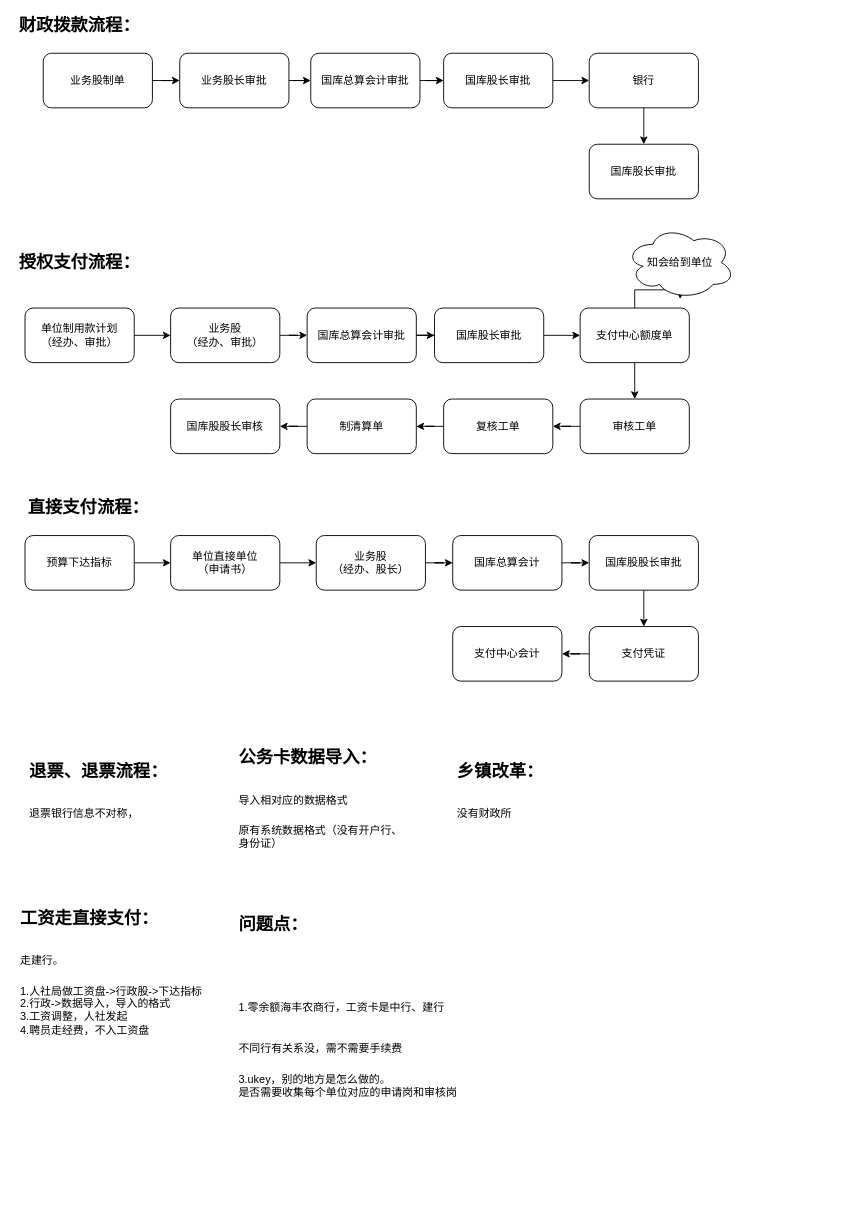
Earlier version of the draw.io diagram page "国库股" (1 of 2) of 国库股.drawio (fishmc/2048). Source tidied: cells renumbered, new cells numbered last; positions are measured from the earlier drawing's top-left corner, leaving out a move shared by most shapes. Both pictures are drawn from the tidied source at 91%, with x=0, y=0 at pixel (15, 16).
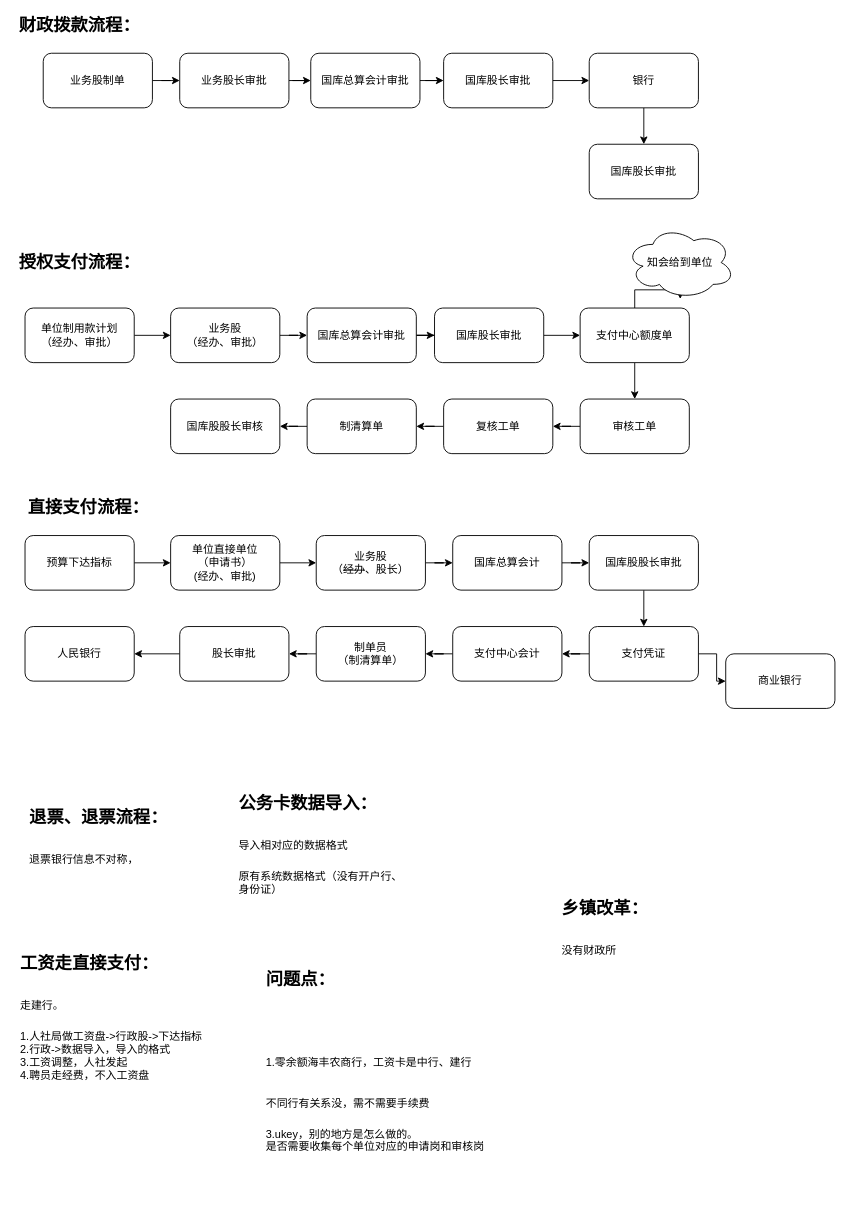
Above is the later version.

Unchanged cells that the change refers to:
```xml
<mxCell id="46" value="支付凭证" style="whiteSpace=wrap;html=1;rounded=1;verticalAlign=middle;" parent="1" vertex="1">
  <mxGeometry x="630" y="670" width="120" height="60" as="geometry" />
</mxCell>
<mxCell id="47" value="支付中心会计" style="whiteSpace=wrap;html=1;rounded=1;verticalAlign=middle;" parent="1" vertex="1">
  <mxGeometry x="480" y="670" width="120" height="60" as="geometry" />
</mxCell>
```

Change to the diagram source:
```diff
@@
-    <mxCell id="38" value="单位直接单位&lt;br&gt;（申请书）" style="whiteSpace=wrap;html=1;rounded=1;verticalAlign=middle;" parent="1" vertex="1">
+    <mxCell id="38" value="单位直接单位&lt;br&gt;（申请书）&lt;br&gt;(经办、审批)" style="whiteSpace=wrap;html=1;rounded=1;verticalAlign=middle;" parent="1" vertex="1">
       <mxGeometry x="170" y="570" width="120" height="60" as="geometry" />
     </mxCell>
@@
-    <mxCell id="40" value="业务股&lt;br&gt;（经办、股长）" style="whiteSpace=wrap;html=1;rounded=1;verticalAlign=middle;" parent="1" vertex="1">
+    <mxCell id="40" value="业务股&lt;br&gt;（&lt;strike&gt;经办&lt;/strike&gt;、股长）" style="whiteSpace=wrap;html=1;rounded=1;verticalAlign=middle;" parent="1" vertex="1">
       <mxGeometry x="330" y="570" width="120" height="60" as="geometry" />
     </mxCell>
@@
+    <mxCell id="53" style="edgeStyle=orthogonalEdgeStyle;rounded=0;jettySize=auto;html=1;" parent="1" edge="1" source="46" target="55">
+      <mxGeometry relative="1" as="geometry" />
+    </mxCell>
@@
+    <mxCell id="54" style="edgeStyle=orthogonalEdgeStyle;rounded=0;jettySize=auto;html=1;" parent="1" edge="1" source="47" target="57">
+      <mxGeometry relative="1" as="geometry" />
+    </mxCell>
@@
     <mxCell id="48" value="&lt;b style=&quot;text-align: center&quot;&gt;&lt;font style=&quot;font-size: 19px&quot;&gt;退票、退票流程：&lt;/font&gt;&lt;/b&gt;&lt;h1&gt;&lt;span style=&quot;font-size: 12px ; font-weight: normal&quot;&gt;退票银行信息不对称，&lt;/span&gt;&lt;br&gt;&lt;/h1&gt;" style="text;html=1;strokeColor=none;fillColor=none;spacing=5;spacingTop=-20;whiteSpace=wrap;overflow=hidden;rounded=0;verticalAlign=middle;" parent="1" vertex="1">
-      <mxGeometry x="10" y="810" width="190" height="120" as="geometry" />
+      <mxGeometry x="10" y="860" width="190" height="120" as="geometry" />
     </mxCell>
     <mxCell id="49" value="&lt;b style=&quot;text-align: center&quot;&gt;&lt;font style=&quot;font-size: 19px&quot;&gt;公务卡数据导入：&lt;/font&gt;&lt;/b&gt;&lt;h1&gt;&lt;span style=&quot;font-size: 12px ; font-weight: normal&quot;&gt;导入相对应的数据格式&lt;/span&gt;&lt;br&gt;&lt;/h1&gt;&lt;div&gt;&lt;span style=&quot;font-size: 12px ; font-weight: normal&quot;&gt;原有系统数据格式（没有开户行、身份证）&lt;/span&gt;&lt;/div&gt;" style="text;html=1;strokeColor=none;fillColor=none;spacing=5;spacingTop=-20;whiteSpace=wrap;overflow=hidden;rounded=0;verticalAlign=middle;" parent="1" vertex="1">
-      <mxGeometry x="240" y="810" width="190" height="120" as="geometry" />
+      <mxGeometry x="240" y="860" width="190" height="120" as="geometry" />
     </mxCell>
     <mxCell id="50" value="&lt;b style=&quot;text-align: center&quot;&gt;&lt;font style=&quot;font-size: 19px&quot;&gt;乡镇改革：&lt;/font&gt;&lt;/b&gt;&lt;h1&gt;&lt;span style=&quot;font-size: 12px ; font-weight: normal&quot;&gt;没有财政所&lt;/span&gt;&lt;br&gt;&lt;/h1&gt;" style="text;html=1;strokeColor=none;fillColor=none;spacing=5;spacingTop=-20;whiteSpace=wrap;overflow=hidden;rounded=0;verticalAlign=middle;" parent="1" vertex="1">
-      <mxGeometry x="480" y="810" width="190" height="120" as="geometry" />
+      <mxGeometry x="595" y="960" width="190" height="120" as="geometry" />
     </mxCell>
     <mxCell id="51" value="&lt;b style=&quot;text-align: center&quot;&gt;&lt;font style=&quot;font-size: 19px&quot;&gt;工资走直接支付：&lt;/font&gt;&lt;/b&gt;&lt;h1&gt;&lt;span style=&quot;font-size: 12px ; font-weight: 400&quot;&gt;走建行。&lt;/span&gt;&lt;/h1&gt;&lt;div&gt;&lt;span style=&quot;font-size: 12px ; font-weight: 400&quot;&gt;1.人社局做工资盘-&amp;gt;行政股-&amp;gt;下达指标&lt;/span&gt;&lt;/div&gt;&lt;div&gt;&lt;span style=&quot;font-size: 12px ; font-weight: 400&quot;&gt;2.行政-&amp;gt;数据导入，导入的格式&lt;/span&gt;&lt;/div&gt;&lt;div&gt;&lt;span style=&quot;font-size: 12px ; font-weight: 400&quot;&gt;3.工资调整，人社发起&lt;/span&gt;&lt;/div&gt;&lt;div&gt;&lt;span style=&quot;font-size: 12px ; font-weight: 400&quot;&gt;4.聘员走经费，不入工资盘&lt;/span&gt;&lt;/div&gt;" style="text;html=1;strokeColor=none;fillColor=none;spacing=5;spacingTop=-20;whiteSpace=wrap;overflow=hidden;rounded=0;verticalAlign=middle;" parent="1" vertex="1">
-      <mxGeometry y="970" width="260" height="180" as="geometry" />
+      <mxGeometry y="1020" width="260" height="180" as="geometry" />
     </mxCell>
     <mxCell id="52" value="&lt;b style=&quot;text-align: center&quot;&gt;&lt;font style=&quot;font-size: 19px&quot;&gt;问题点：&lt;/font&gt;&lt;/b&gt;&lt;h1&gt;&lt;br&gt;&lt;/h1&gt;&lt;h1&gt;&lt;span style=&quot;font-size: 12px ; font-weight: 400&quot;&gt;1.零余额海丰农商行，工资卡是中行、建行&lt;/span&gt;&lt;/h1&gt;&lt;h1&gt;&lt;span style=&quot;font-size: 12px ; font-weight: 400&quot;&gt;不同行有关系没，需不需要手续费&lt;/span&gt;&lt;/h1&gt;&lt;div&gt;&lt;span style=&quot;font-size: 12px ; font-weight: 400&quot;&gt;3.ukey，别的地方是怎么做的。&lt;/span&gt;&lt;/div&gt;&lt;div&gt;是否需要收集每个单位对应的申请岗和审核岗&lt;/div&gt;&lt;div&gt;&lt;span style=&quot;font-size: 12px ; font-weight: 400&quot;&gt;&lt;br&gt;&lt;/span&gt;&lt;/div&gt;" style="text;html=1;strokeColor=none;fillColor=none;spacing=5;spacingTop=-20;whiteSpace=wrap;overflow=hidden;rounded=0;verticalAlign=middle;" parent="1" vertex="1">
-      <mxGeometry x="240" y="980" width="260" height="250" as="geometry" />
+      <mxGeometry x="270" y="1040" width="260" height="250" as="geometry" />
     </mxCell>
+    <mxCell id="55" value="商业银行" style="whiteSpace=wrap;html=1;rounded=1;" parent="1" vertex="1">
+      <mxGeometry x="780" y="700" width="120" height="60" as="geometry" />
+    </mxCell>
+    <mxCell id="56" style="edgeStyle=orthogonalEdgeStyle;rounded=0;jettySize=auto;html=1;" parent="1" edge="1" source="57" target="59">
+      <mxGeometry relative="1" as="geometry" />
+    </mxCell>
+    <mxCell id="57" value="制单员&lt;br&gt;（制清算单）" style="whiteSpace=wrap;html=1;rounded=1;" parent="1" vertex="1">
+      <mxGeometry x="330" y="670" width="120" height="60" as="geometry" />
+    </mxCell>
+    <mxCell id="58" style="edgeStyle=orthogonalEdgeStyle;rounded=0;jettySize=auto;html=1;" parent="1" edge="1" source="59" target="60">
+      <mxGeometry relative="1" as="geometry" />
+    </mxCell>
+    <mxCell id="59" value="股长审批" style="whiteSpace=wrap;html=1;rounded=1;" parent="1" vertex="1">
+      <mxGeometry x="180" y="670" width="120" height="60" as="geometry" />
+    </mxCell>
+    <mxCell id="60" value="人民银行" style="whiteSpace=wrap;html=1;rounded=1;" parent="1" vertex="1">
+      <mxGeometry x="10" y="670" width="120" height="60" as="geometry" />
+    </mxCell>
```
